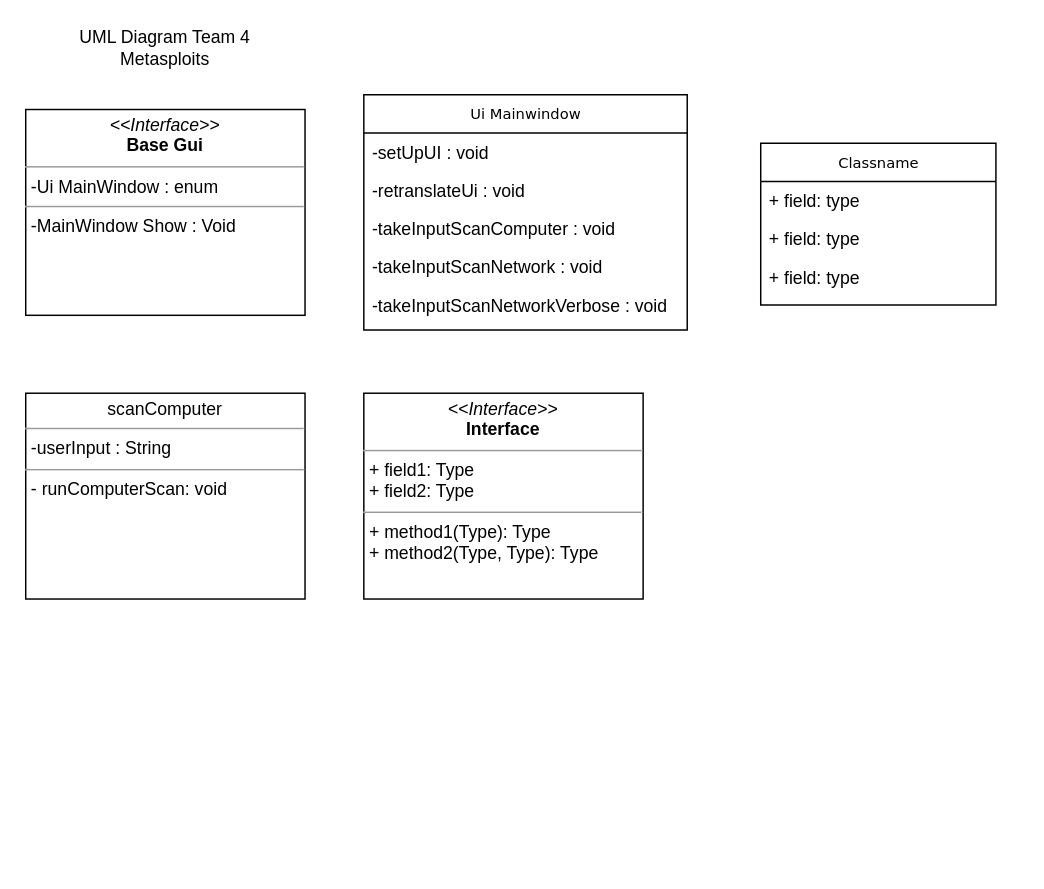
Earlier version of the draw.io diagram UMLDiagram.drawio (illusion173/NetBox). Source tidied: cells renumbered, new cells numbered last; positions are measured from the earlier drawing's top-left corner, leaving out a move shared by most shapes. Both pictures are drawn from the tidied source at 147%, with x=0, y=0 at pixel (25, 25).
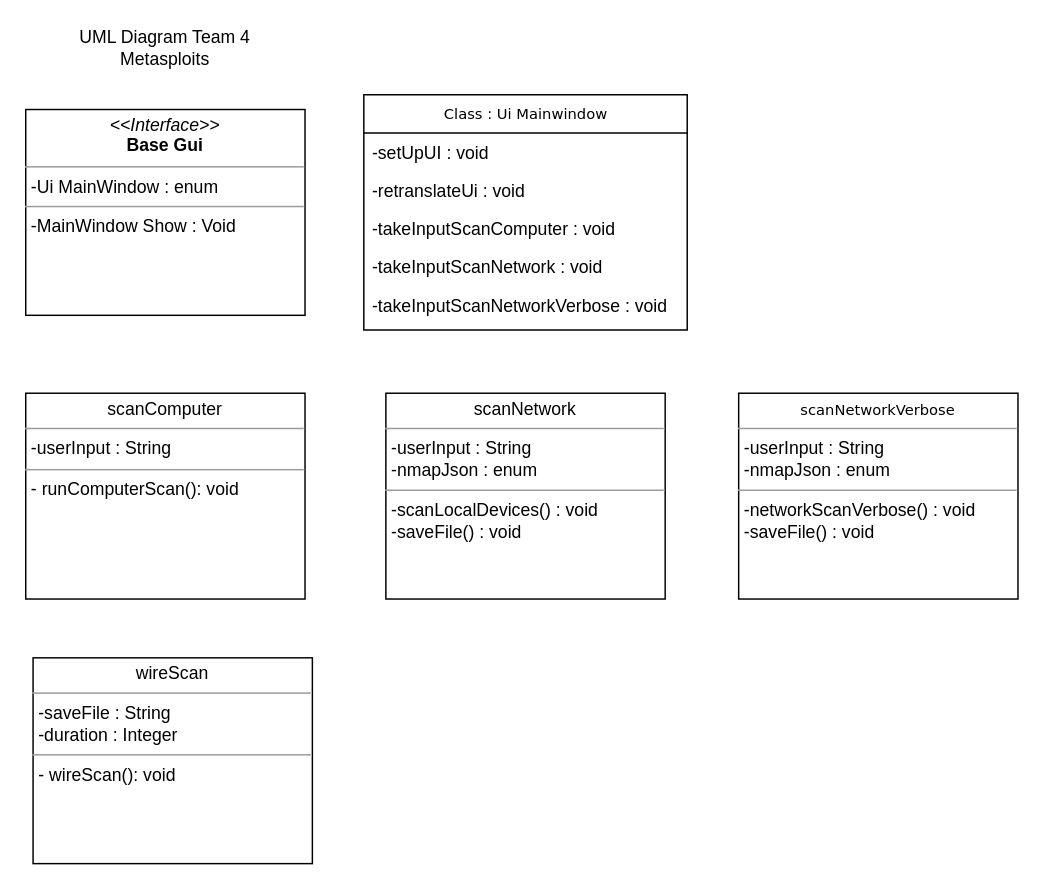
The same diagram, later.

What changed in the source:
```diff
@@
 <mxGraphModel>
   <root>
     <mxCell id="0" />
     <mxCell id="1" parent="0" />
-    <mxCell id="2" value="Ui Mainwindow" style="swimlane;html=1;fontStyle=0;horizontal=1;startSize=26;fillColor=none;swimlaneFillColor=#ffffff;rounded=0;shadow=0;comic=0;labelBackgroundColor=none;strokeWidth=1;fontFamily=Verdana;fontSize=10;align=center;" parent="1" vertex="1">
+    <mxCell id="2" value="Class : Ui Mainwindow" style="swimlane;html=1;fontStyle=0;horizontal=1;startSize=26;fillColor=none;swimlaneFillColor=#ffffff;rounded=0;shadow=0;comic=0;labelBackgroundColor=none;strokeWidth=1;fontFamily=Verdana;fontSize=10;align=center;" parent="1" vertex="1">
       <mxGeometry x="230" y="47" width="220" height="160" as="geometry" />
     </mxCell>
     <mxCell id="3" value="-setUpUI : void" style="text;html=1;strokeColor=none;fillColor=none;align=left;verticalAlign=top;spacingLeft=4;spacingRight=4;whiteSpace=wrap;overflow=hidden;" parent="2" vertex="1">
       <mxGeometry y="26" width="220" height="26" as="geometry" />
     </mxCell>
     <mxCell id="4" value="-retranslateUi : void" style="text;html=1;strokeColor=none;fillColor=none;align=left;verticalAlign=top;spacingLeft=4;spacingRight=4;whiteSpace=wrap;overflow=hidden;" parent="2" vertex="1">
       <mxGeometry y="52" width="220" height="26" as="geometry" />
     </mxCell>
     <mxCell id="5" value="-takeInputScanComputer : void" style="text;html=1;strokeColor=none;fillColor=none;align=left;verticalAlign=top;spacingLeft=4;spacingRight=4;whiteSpace=wrap;overflow=hidden;" parent="2" vertex="1">
       <mxGeometry y="78" width="220" height="26" as="geometry" />
     </mxCell>
     <mxCell id="6" value="-takeInputScanNetwork : void" style="text;html=1;strokeColor=none;fillColor=none;align=left;verticalAlign=top;spacingLeft=4;spacingRight=4;whiteSpace=wrap;overflow=hidden;" parent="2" vertex="1">
       <mxGeometry y="104" width="220" height="26" as="geometry" />
     </mxCell>
     <mxCell id="7" value="-takeInputScanNetworkVerbose : void" style="text;html=1;strokeColor=none;fillColor=none;align=left;verticalAlign=top;spacingLeft=4;spacingRight=4;whiteSpace=wrap;overflow=hidden;" parent="2" vertex="1">
       <mxGeometry y="130" width="220" height="26" as="geometry" />
     </mxCell>
-    <mxCell id="8" value="Classname" style="swimlane;html=1;fontStyle=0;horizontal=1;startSize=26;fillColor=none;swimlaneFillColor=#ffffff;rounded=0;shadow=0;comic=0;labelBackgroundColor=none;strokeWidth=1;fontFamily=Verdana;fontSize=10;align=center;" parent="1" vertex="1">
-      <mxGeometry x="500" y="80" width="160" height="110" as="geometry" />
-    </mxCell>
-    <mxCell id="9" value="+ field: type" style="text;html=1;strokeColor=none;fillColor=none;align=left;verticalAlign=top;spacingLeft=4;spacingRight=4;whiteSpace=wrap;overflow=hidden;" parent="8" vertex="1">
-      <mxGeometry y="26" width="160" height="26" as="geometry" />
-    </mxCell>
-    <mxCell id="10" value="+ field: type" style="text;html=1;strokeColor=none;fillColor=none;align=left;verticalAlign=top;spacingLeft=4;spacingRight=4;whiteSpace=wrap;overflow=hidden;" parent="8" vertex="1">
-      <mxGeometry y="52" width="160" height="26" as="geometry" />
-    </mxCell>
-    <mxCell id="11" value="+ field: type" style="text;html=1;strokeColor=none;fillColor=none;align=left;verticalAlign=top;spacingLeft=4;spacingRight=4;whiteSpace=wrap;overflow=hidden;" parent="8" vertex="1">
-      <mxGeometry y="78" width="160" height="26" as="geometry" />
-    </mxCell>
-    <mxCell id="12" value="&lt;p style=&quot;margin:0px;margin-top:4px;text-align:center;&quot;&gt;&lt;i&gt;&amp;lt;&amp;lt;Interface&amp;gt;&amp;gt;&lt;/i&gt;&lt;br/&gt;&lt;b&gt;Interface&lt;/b&gt;&lt;/p&gt;&lt;hr size=&quot;1&quot;/&gt;&lt;p style=&quot;margin:0px;margin-left:4px;&quot;&gt;+ field1: Type&lt;br/&gt;+ field2: Type&lt;/p&gt;&lt;hr size=&quot;1&quot;/&gt;&lt;p style=&quot;margin:0px;margin-left:4px;&quot;&gt;+ method1(Type): Type&lt;br/&gt;+ method2(Type, Type): Type&lt;/p&gt;" style="verticalAlign=top;align=left;overflow=fill;fontSize=12;fontFamily=Helvetica;html=1;rounded=0;shadow=0;comic=0;labelBackgroundColor=none;strokeWidth=1;" parent="1" vertex="1">
-      <mxGeometry x="230" y="250" width="190" height="140" as="geometry" />
+    <mxCell id="12" value="&lt;p style=&quot;margin: 0px ; margin-top: 4px ; text-align: center&quot;&gt;scanNetwork&lt;/p&gt;&lt;hr size=&quot;1&quot;&gt;&lt;p style=&quot;margin: 0px ; margin-left: 4px&quot;&gt;-userInput : String&lt;br&gt;&lt;/p&gt;&lt;p style=&quot;margin: 0px ; margin-left: 4px&quot;&gt;-nmapJson : enum&lt;/p&gt;&lt;hr size=&quot;1&quot;&gt;&lt;p style=&quot;margin: 0px ; margin-left: 4px&quot;&gt;-scanLocalDevices() : void&lt;/p&gt;&lt;p style=&quot;margin: 0px ; margin-left: 4px&quot;&gt;-saveFile() : void&lt;/p&gt;" style="verticalAlign=top;align=left;overflow=fill;fontSize=12;fontFamily=Helvetica;html=1;rounded=0;shadow=0;comic=0;labelBackgroundColor=none;strokeWidth=1;" parent="1" vertex="1">
+      <mxGeometry x="245" y="250" width="190" height="140" as="geometry" />
     </mxCell>
     <mxCell id="13" value="&lt;p style=&quot;margin: 0px ; margin-top: 4px ; text-align: center&quot;&gt;&lt;i&gt;&amp;lt;&amp;lt;Interface&amp;gt;&amp;gt;&lt;/i&gt;&lt;br&gt;&lt;b&gt;Base Gui&lt;/b&gt;&lt;/p&gt;&lt;hr size=&quot;1&quot;&gt;&lt;p style=&quot;margin: 0px ; margin-left: 4px&quot;&gt;-Ui MainWindow : enum&lt;/p&gt;&lt;hr size=&quot;1&quot;&gt;&lt;p style=&quot;margin: 0px ; margin-left: 4px&quot;&gt;-MainWindow Show : Void&lt;/p&gt;" style="verticalAlign=top;align=left;overflow=fill;fontSize=12;fontFamily=Helvetica;html=1;rounded=0;shadow=0;comic=0;labelBackgroundColor=none;strokeWidth=1;" parent="1" vertex="1">
       <mxGeometry y="57" width="190" height="140" as="geometry" />
     </mxCell>
-    <mxCell id="14" value="&lt;p style=&quot;margin: 0px ; margin-top: 4px ; text-align: center&quot;&gt;scanComputer&lt;/p&gt;&lt;hr size=&quot;1&quot;&gt;&lt;p style=&quot;margin: 0px ; margin-left: 4px&quot;&gt;-userInput : String&lt;br&gt;&lt;/p&gt;&lt;hr size=&quot;1&quot;&gt;&lt;p style=&quot;margin: 0px ; margin-left: 4px&quot;&gt;- runComputerScan: void&lt;br&gt;&lt;/p&gt;" style="verticalAlign=top;align=left;overflow=fill;fontSize=12;fontFamily=Helvetica;html=1;rounded=0;shadow=0;comic=0;labelBackgroundColor=none;strokeWidth=1;" parent="1" vertex="1">
+    <mxCell id="14" value="&lt;p style=&quot;margin: 0px ; margin-top: 4px ; text-align: center&quot;&gt;scanComputer&lt;/p&gt;&lt;hr size=&quot;1&quot;&gt;&lt;p style=&quot;margin: 0px ; margin-left: 4px&quot;&gt;-userInput : String&lt;br&gt;&lt;/p&gt;&lt;hr size=&quot;1&quot;&gt;&lt;p style=&quot;margin: 0px ; margin-left: 4px&quot;&gt;- runComputerScan(): void&lt;br&gt;&lt;/p&gt;" style="verticalAlign=top;align=left;overflow=fill;fontSize=12;fontFamily=Helvetica;html=1;rounded=0;shadow=0;comic=0;labelBackgroundColor=none;strokeWidth=1;" parent="1" vertex="1">
       <mxGeometry y="250" width="190" height="140" as="geometry" />
     </mxCell>
     <mxCell id="15" value="UML Diagram Team 4 Metasploits" style="text;html=1;strokeColor=none;fillColor=none;align=center;verticalAlign=middle;whiteSpace=wrap;rounded=0;" parent="1" vertex="1">
       <mxGeometry x="5" width="180" height="30" as="geometry" />
     </mxCell>
+    <mxCell id="16" value="&lt;p style=&quot;margin: 0px ; margin-top: 4px ; text-align: center&quot;&gt;&lt;span style=&quot;font-family: &amp;#34;verdana&amp;#34; ; font-size: 10px&quot;&gt;scanNetworkVerbose&lt;/span&gt;&lt;br&gt;&lt;/p&gt;&lt;hr size=&quot;1&quot;&gt;&lt;p style=&quot;margin: 0px ; margin-left: 4px&quot;&gt;-userInput : String&lt;br&gt;&lt;/p&gt;&lt;p style=&quot;margin: 0px ; margin-left: 4px&quot;&gt;-nmapJson : enum&lt;/p&gt;&lt;hr size=&quot;1&quot;&gt;&lt;p style=&quot;margin: 0px ; margin-left: 4px&quot;&gt;-networkScanVerbose() : void&lt;/p&gt;&lt;p style=&quot;margin: 0px ; margin-left: 4px&quot;&gt;-saveFile() : void&lt;/p&gt;" style="verticalAlign=top;align=left;overflow=fill;fontSize=12;fontFamily=Helvetica;html=1;rounded=0;shadow=0;comic=0;labelBackgroundColor=none;strokeWidth=1;" parent="1" vertex="1">
+      <mxGeometry x="485" y="250" width="190" height="140" as="geometry" />
+    </mxCell>
+    <mxCell id="17" value="&lt;p style=&quot;margin: 0px ; margin-top: 4px ; text-align: center&quot;&gt;wireScan&lt;/p&gt;&lt;hr size=&quot;1&quot;&gt;&lt;p style=&quot;margin: 0px ; margin-left: 4px&quot;&gt;-saveFile : String&lt;br&gt;&lt;/p&gt;&lt;p style=&quot;margin: 0px ; margin-left: 4px&quot;&gt;-duration : Integer&lt;/p&gt;&lt;hr size=&quot;1&quot;&gt;&lt;p style=&quot;margin: 0px ; margin-left: 4px&quot;&gt;- wireScan(): void&lt;br&gt;&lt;/p&gt;" style="verticalAlign=top;align=left;overflow=fill;fontSize=12;fontFamily=Helvetica;html=1;rounded=0;shadow=0;comic=0;labelBackgroundColor=none;strokeWidth=1;" parent="1" vertex="1">
+      <mxGeometry x="5" y="430" width="190" height="140" as="geometry" />
+    </mxCell>
   </root>
 </mxGraphModel>
```
